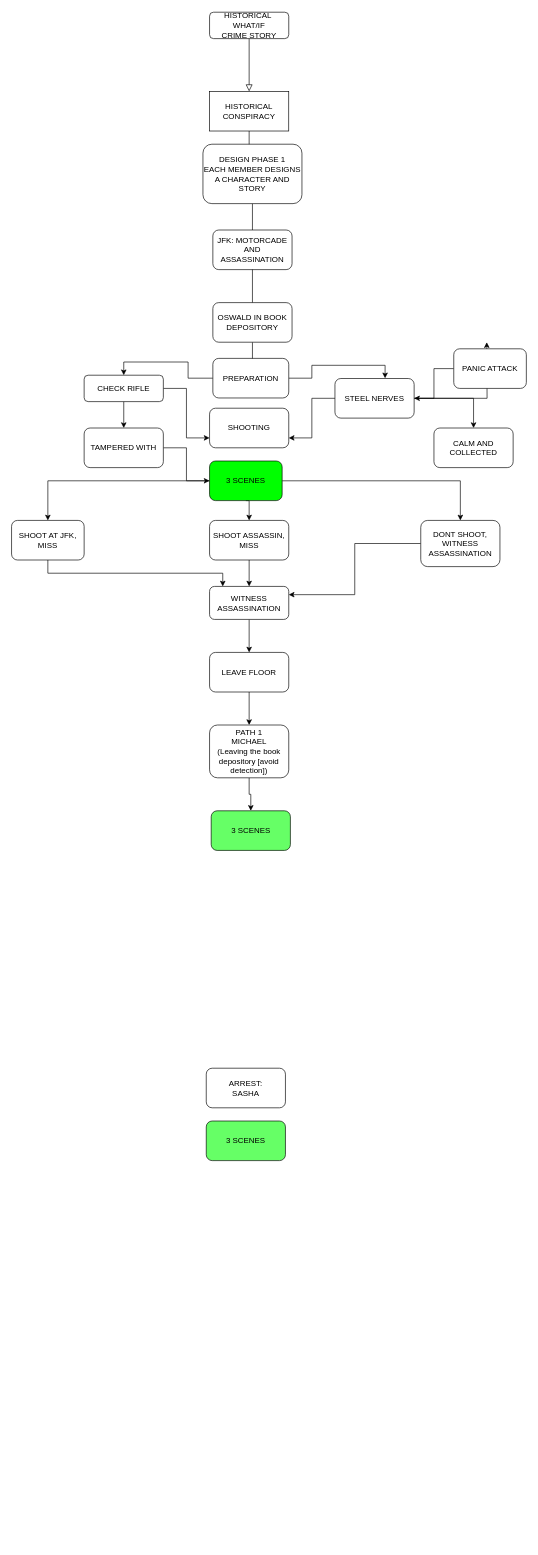
The draw.io diagram Untitled Diagram.drawio in bottack/CN-text-game, before the edit. Source tidied: cells renumbered, new cells numbered last; positions are measured from the earlier drawing's top-left corner, leaving out a move shared by most shapes. Both pictures are drawn from the tidied source at 66%, with x=0, y=0 at pixel (11, 12).
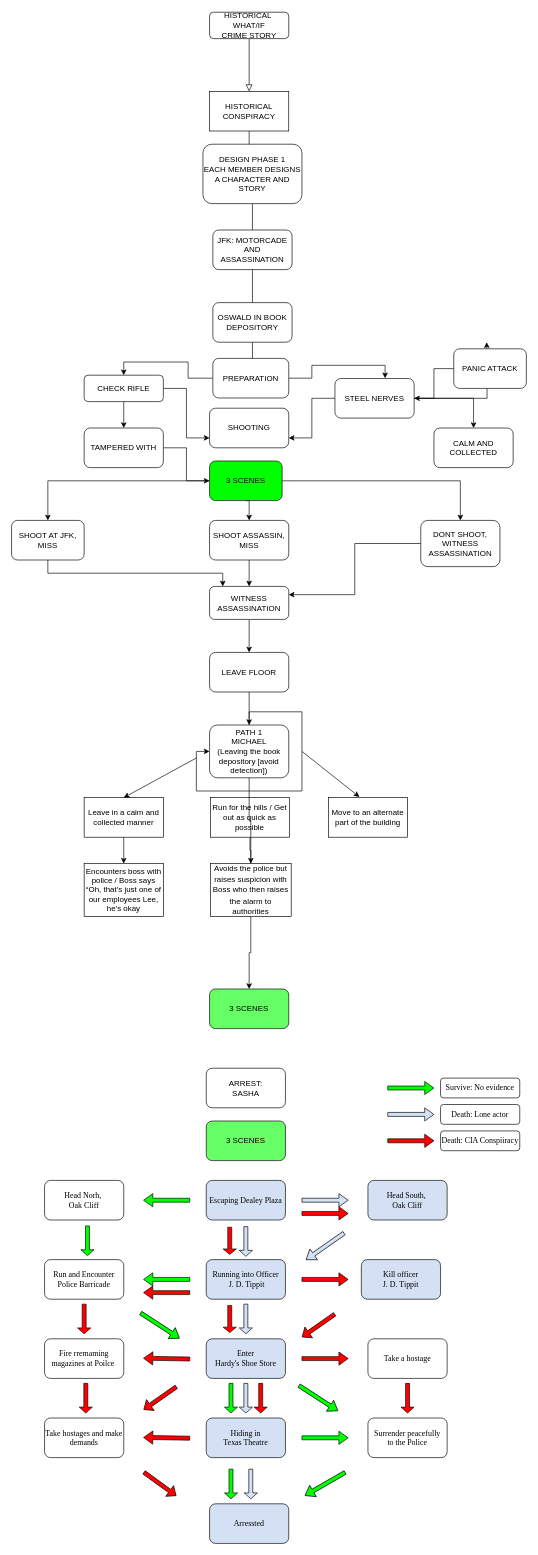
The same page after the edit.

The change refers to these unchanged cells:
```xml
<mxCell id="14" value="PATH 1&lt;br&gt;MICHAEL &lt;br&gt;(Leaving the book depository [avoid detection])" style="rounded=1;whiteSpace=wrap;html=1;" parent="1" vertex="1">
  <mxGeometry x="300" y="1080" width="120" height="80" as="geometry" />
</mxCell>
```

Change to the diagram source:
```diff
@@
-    <mxCell id="13" style="edgeStyle=orthogonalEdgeStyle;rounded=0;jettySize=auto;html=1;" parent="1" edge="1" source="14" target="22">
+    <mxCell id="13" style="edgeStyle=orthogonalEdgeStyle;rounded=0;jettySize=auto;html=1;startArrow=none;" parent="1" edge="1" source="62" target="22">
       <mxGeometry relative="1" as="geometry" />
     </mxCell>
@@
     <mxCell id="22" value="3 SCENES" style="rounded=1;whiteSpace=wrap;html=1;fillColor=#66FF66;" parent="1" vertex="1">
-      <mxGeometry x="302.5" y="1210" width="120" height="60" as="geometry" />
+      <mxGeometry x="300" y="1480" width="120" height="60" as="geometry" />
     </mxCell>
@@
+    <mxCell id="48" value="Leave in a calm and collected manner" style="rounded=0;whiteSpace=wrap;html=1;" parent="1" vertex="1">
+      <mxGeometry x="110" y="1190" width="120" height="60" as="geometry" />
+    </mxCell>
+    <mxCell id="49" style="edgeStyle=orthogonalEdgeStyle;rounded=0;jettySize=auto;html=1;" parent="1" edge="1" source="50" target="62">
+      <mxGeometry relative="1" as="geometry" />
+    </mxCell>
+    <mxCell id="50" value="Run for the hills / Get out as quick as possible" style="rounded=0;whiteSpace=wrap;html=1;" parent="1" vertex="1">
+      <mxGeometry x="301.2" y="1190" width="120" height="60" as="geometry" />
+    </mxCell>
+    <mxCell id="51" value="Move to an alternate part of the building" style="rounded=0;whiteSpace=wrap;html=1;" parent="1" vertex="1">
+      <mxGeometry x="480" y="1190" width="120" height="60" as="geometry" />
+    </mxCell>
+    <mxCell id="52" value="&lt;font style=&quot;font-size: 12px&quot;&gt;&lt;b style=&quot;font-weight: normal&quot; id=&quot;docs-internal-guid-0d5b35a1-7fff-3c9c-e972-940c676d5d1a&quot;&gt;&lt;span style=&quot;font-family: &amp;#34;arial&amp;#34; ; color: rgb(0 , 0 , 0) ; background-color: transparent ; font-weight: 400 ; font-style: normal ; font-variant: normal ; text-decoration: none ; vertical-align: baseline&quot;&gt;Encounters boss with police / Boss says “Oh, that’s just one of our employees Lee, he’s okay&lt;/span&gt;&lt;/b&gt;&lt;br&gt;&lt;/font&gt;" style="rounded=0;whiteSpace=wrap;html=1;" parent="1" vertex="1">
+      <mxGeometry x="110" y="1290" width="120" height="80" as="geometry" />
+    </mxCell>
+    <mxCell id="53" value="Escaping Dealey Plaza" style="rounded=1;whiteSpace=wrap;html=1;fontFamily=Times New Roman;fillColor=#D4E1F5;" parent="1" vertex="1">
+      <mxGeometry x="295" y="1770" width="120" height="60" as="geometry" />
+    </mxCell>
+    <mxCell id="54" style="endArrow=classic;html=1;" parent="1" edge="1">
+      <mxGeometry relative="1" as="geometry">
+        <mxPoint x="280" y="1130" as="sourcePoint" />
+        <mxPoint x="170" y="1190" as="targetPoint" />
+      </mxGeometry>
+    </mxCell>
+    <mxCell id="55" value="Running into Officer &lt;br&gt;&amp;nbsp;J. D. Tippit" style="rounded=1;whiteSpace=wrap;html=1;fontFamily=Times New Roman;labelBorderColor=none;fillColor=#D4E1F5;" parent="1" vertex="1">
+      <mxGeometry x="295" y="1890" width="120" height="60" as="geometry" />
+    </mxCell>
+    <mxCell id="56" style="endArrow=classic;html=1;entryX=0.392;entryY=-0.017;entryDx=0;entryDy=0;entryPerimeter=0;" parent="1" edge="1" target="51">
+      <mxGeometry relative="1" as="geometry">
+        <mxPoint x="440" y="1120" as="sourcePoint" />
+      </mxGeometry>
+    </mxCell>
+    <mxCell id="57" value="Head South,&amp;nbsp;&lt;br&gt;Oak Cliff" style="rounded=1;whiteSpace=wrap;html=1;fontFamily=Times New Roman;fillColor=#D4E1F5;" parent="1" vertex="1">
+      <mxGeometry x="540" y="1770" width="120" height="60" as="geometry" />
+    </mxCell>
+    <mxCell id="58" style="endArrow=classic;html=1;exitX=0.5;exitY=1;exitDx=0;exitDy=0;" parent="1" edge="1" source="48" target="52">
+      <mxGeometry relative="1" as="geometry" />
+    </mxCell>
+    <mxCell id="59" value="Head Norh,&amp;nbsp;&lt;br&gt;Oak Cliff" style="rounded=1;whiteSpace=wrap;html=1;fontFamily=Times New Roman;" parent="1" vertex="1">
+      <mxGeometry x="50" y="1770" width="120" height="60" as="geometry" />
+    </mxCell>
+    <mxCell id="60" style="edgeStyle=orthogonalEdgeStyle;rounded=0;orthogonalLoop=1;jettySize=auto;html=1;entryX=0;entryY=0.5;entryDx=0;entryDy=0;" parent="1" edge="1" source="14" target="14">
+      <mxGeometry relative="1" as="geometry" />
+    </mxCell>
+    <mxCell id="61" value="Kill officer &lt;br&gt;J. D. Tippit" style="rounded=1;whiteSpace=wrap;html=1;fontFamily=Times New Roman;fillColor=#D4E1F5;" parent="1" vertex="1">
+      <mxGeometry x="530" y="1890" width="120" height="60" as="geometry" />
+    </mxCell>
+    <mxCell id="62" value="&lt;br&gt;&lt;br&gt;&lt;b style=&quot;font-weight: normal&quot; id=&quot;docs-internal-guid-cddb31db-7fff-5d44-6d3c-6f6b44e59d40&quot;&gt;&lt;p dir=&quot;ltr&quot; style=&quot;line-height: 1.38 ; margin-top: 0pt ; margin-bottom: 0pt&quot;&gt;&lt;span style=&quot;font-family: &amp;#34;arial&amp;#34; ; color: rgb(0 , 0 , 0) ; background-color: transparent ; font-weight: 400 ; font-style: normal ; font-variant: normal ; text-decoration: none ; vertical-align: baseline&quot;&gt;&lt;font style=&quot;font-size: 12px&quot;&gt;Avoids the police but raises suspicion with Boss who then raises the alarm to authorities&lt;/font&gt;&lt;/span&gt;&lt;/p&gt;&lt;/b&gt;&lt;br class=&quot;Apple-interchange-newline&quot;&gt;&lt;br&gt;" style="rounded=0;whiteSpace=wrap;html=1;" parent="1" vertex="1">
+      <mxGeometry x="301.2" y="1290" width="122.5" height="80" as="geometry" />
+    </mxCell>
+    <mxCell id="63" value="Run and Encounter Police Barricade" style="rounded=1;whiteSpace=wrap;html=1;fontFamily=Times New Roman;" parent="1" vertex="1">
+      <mxGeometry x="50" y="1890" width="120" height="60" as="geometry" />
+    </mxCell>
+    <mxCell id="64" style="edgeStyle=orthogonalEdgeStyle;rounded=0;jettySize=auto;html=1;endArrow=none;" parent="1" edge="1" source="14" target="62">
+      <mxGeometry relative="1" as="geometry" />
+    </mxCell>
+    <mxCell id="65" value="Hiding in &lt;br&gt;Texas Theatre" style="rounded=1;whiteSpace=wrap;html=1;fontFamily=Times New Roman;fillColor=#D4E1F5;" parent="1" vertex="1">
+      <mxGeometry x="295" y="2130" width="120" height="60" as="geometry" />
+    </mxCell>
+    <mxCell id="66" value="Enter&lt;br&gt;Hardy's Shoe Store" style="rounded=1;whiteSpace=wrap;html=1;fontFamily=Times New Roman;fillColor=#D4E1F5;" parent="1" vertex="1">
+      <mxGeometry x="295" y="2010" width="120" height="60" as="geometry" />
+    </mxCell>
+    <mxCell id="67" value="Take a hostage" style="rounded=1;whiteSpace=wrap;html=1;fontFamily=Times New Roman;" parent="1" vertex="1">
+      <mxGeometry x="540" y="2010" width="120" height="60" as="geometry" />
+    </mxCell>
+    <mxCell id="68" value="Fire rremaming &lt;br&gt;magazines at Poilce&amp;nbsp;" style="rounded=1;whiteSpace=wrap;html=1;fontFamily=Times New Roman;" parent="1" vertex="1">
+      <mxGeometry x="50" y="2010" width="120" height="60" as="geometry" />
+    </mxCell>
+    <mxCell id="69" value="Arressted" style="rounded=1;whiteSpace=wrap;html=1;fontFamily=Times New Roman;fillColor=#D4E1F5;" parent="1" vertex="1">
+      <mxGeometry x="300" y="2260" width="120" height="60" as="geometry" />
+    </mxCell>
+    <mxCell id="70" value="Surrender peacefully&lt;br&gt;to the Police" style="rounded=1;whiteSpace=wrap;html=1;fontFamily=Times New Roman;" parent="1" vertex="1">
+      <mxGeometry x="540" y="2130" width="120" height="60" as="geometry" />
+    </mxCell>
+    <mxCell id="71" value="Take hostages and make demands" style="rounded=1;whiteSpace=wrap;html=1;fontFamily=Times New Roman;" parent="1" vertex="1">
+      <mxGeometry x="50" y="2130" width="120" height="60" as="geometry" />
+    </mxCell>
+    <mxCell id="72" style="shape=singleArrow;whiteSpace=wrap;html=1;fontFamily=Times New Roman;fillColor=#D4E1F5;" parent="1" vertex="1">
+      <mxGeometry x="440" y="1790" width="70" height="20" as="geometry" />
+    </mxCell>
+    <mxCell id="73" style="shape=singleArrow;whiteSpace=wrap;html=1;fontFamily=Times New Roman;fillColor=#D4E1F5;rotation=-215;" parent="1" vertex="1">
+      <mxGeometry x="440" y="1860" width="70" height="20" as="geometry" />
+    </mxCell>
+    <mxCell id="74" style="shape=singleArrow;whiteSpace=wrap;html=1;fontFamily=Times New Roman;fillColor=#D4E1F5;rotation=90;" parent="1" vertex="1">
+      <mxGeometry x="332.5" y="1852.5" width="45" height="20" as="geometry" />
+    </mxCell>
+    <mxCell id="75" style="shape=singleArrow;whiteSpace=wrap;html=1;fontFamily=Times New Roman;fillColor=#D4E1F5;rotation=90;" parent="1" vertex="1">
+      <mxGeometry x="332.5" y="1970" width="45" height="20" as="geometry" />
+    </mxCell>
+    <mxCell id="76" style="shape=singleArrow;whiteSpace=wrap;html=1;fontFamily=Times New Roman;fillColor=#D4E1F5;rotation=90;" parent="1" vertex="1">
+      <mxGeometry x="332.5" y="2090" width="45" height="20" as="geometry" />
+    </mxCell>
+    <mxCell id="77" style="shape=singleArrow;whiteSpace=wrap;html=1;fontFamily=Times New Roman;fillColor=#D4E1F5;rotation=90;" parent="1" vertex="1">
+      <mxGeometry x="340" y="2220" width="45" height="20" as="geometry" />
+    </mxCell>
+    <mxCell id="78" style="shape=singleArrow;whiteSpace=wrap;html=1;fontFamily=Times New Roman;fillColor=#FF0000;rotation=-179;" parent="1" vertex="1">
+      <mxGeometry x="200" y="2030" width="70" height="20" as="geometry" />
+    </mxCell>
+    <mxCell id="79" style="shape=singleArrow;whiteSpace=wrap;html=1;fontFamily=Times New Roman;fillColor=#FF0000;rotation=90;" parent="1" vertex="1">
+      <mxGeometry x="90" y="2090" width="45" height="20" as="geometry" />
+    </mxCell>
+    <mxCell id="80" style="shape=singleArrow;whiteSpace=wrap;html=1;fontFamily=Times New Roman;fillColor=#FF0000;" parent="1" vertex="1">
+      <mxGeometry x="440" y="2030" width="70" height="20" as="geometry" />
+    </mxCell>
+    <mxCell id="81" style="shape=singleArrow;whiteSpace=wrap;html=1;fontFamily=Times New Roman;fillColor=#FF0000;" parent="1" vertex="1">
+      <mxGeometry x="570" y="1700" width="70" height="20" as="geometry" />
+    </mxCell>
+    <mxCell id="82" style="shape=singleArrow;whiteSpace=wrap;html=1;fontFamily=Times New Roman;fillColor=#00FF00;" parent="1" vertex="1">
+      <mxGeometry x="570" y="1620" width="70" height="20" as="geometry" />
+    </mxCell>
+    <mxCell id="83" style="shape=singleArrow;whiteSpace=wrap;html=1;fontFamily=Times New Roman;fillColor=#D4E1F5;" parent="1" vertex="1">
+      <mxGeometry x="570" y="1660" width="70" height="20" as="geometry" />
+    </mxCell>
+    <mxCell id="84" value="Survive: No evidence" style="rounded=1;whiteSpace=wrap;html=1;fontFamily=Times New Roman;fillColor=none;" parent="1" vertex="1">
+      <mxGeometry x="650" y="1615" width="120" height="30" as="geometry" />
+    </mxCell>
+    <mxCell id="85" value="Death: Lone actor" style="rounded=1;whiteSpace=wrap;html=1;fontFamily=Times New Roman;fillColor=none;" parent="1" vertex="1">
+      <mxGeometry x="650" y="1655" width="120" height="30" as="geometry" />
+    </mxCell>
+    <mxCell id="86" value="Death: CIA Conspiiracy" style="rounded=1;whiteSpace=wrap;html=1;fontFamily=Times New Roman;fillColor=none;" parent="1" vertex="1">
+      <mxGeometry x="650" y="1695" width="120" height="30" as="geometry" />
+    </mxCell>
+    <mxCell id="87" style="shape=singleArrow;whiteSpace=wrap;html=1;fontFamily=Times New Roman;fillColor=#00FF00;rotation=-180;" parent="1" vertex="1">
+      <mxGeometry x="200" y="1790" width="70" height="20" as="geometry" />
+    </mxCell>
+    <mxCell id="88" style="shape=singleArrow;whiteSpace=wrap;html=1;fontFamily=Times New Roman;fillColor=#00FF00;rotation=90;" parent="1" vertex="1">
+      <mxGeometry x="92.5" y="1851.5" width="45" height="20" as="geometry" />
+    </mxCell>
+    <mxCell id="89" style="shape=singleArrow;whiteSpace=wrap;html=1;fontFamily=Times New Roman;fillColor=#00FF00;rotation=-180;" parent="1" vertex="1">
+      <mxGeometry x="200" y="1910" width="70" height="20" as="geometry" />
+    </mxCell>
+    <mxCell id="90" style="shape=singleArrow;whiteSpace=wrap;html=1;fontFamily=Times New Roman;fillColor=#00FF00;rotation=0;" parent="1" vertex="1">
+      <mxGeometry x="440" y="2150" width="70" height="20" as="geometry" />
+    </mxCell>
+    <mxCell id="91" style="shape=singleArrow;whiteSpace=wrap;html=1;fontFamily=Times New Roman;fillColor=#00FF00;rotation=33;" parent="1" vertex="1">
+      <mxGeometry x="190" y="1980" width="70" height="20" as="geometry" />
+    </mxCell>
+    <mxCell id="92" style="shape=singleArrow;whiteSpace=wrap;html=1;fontFamily=Times New Roman;fillColor=#00FF00;rotation=33;" parent="1" vertex="1">
+      <mxGeometry x="430" y="2090" width="70" height="20" as="geometry" />
+    </mxCell>
+    <mxCell id="93" style="shape=singleArrow;whiteSpace=wrap;html=1;fontFamily=Times New Roman;fillColor=#00FF00;rotation=-210;" parent="1" vertex="1">
+      <mxGeometry x="440" y="2220" width="70" height="20" as="geometry" />
+    </mxCell>
+    <mxCell id="94" style="shape=singleArrow;whiteSpace=wrap;html=1;fontFamily=Times New Roman;fillColor=#00FF00;rotation=90;" parent="1" vertex="1">
+      <mxGeometry x="310" y="2090" width="45" height="20" as="geometry" />
+    </mxCell>
+    <mxCell id="95" style="shape=singleArrow;whiteSpace=wrap;html=1;fontFamily=Times New Roman;fillColor=#00FF00;rotation=90;" parent="1" vertex="1">
+      <mxGeometry x="310" y="2220" width="45" height="20" as="geometry" />
+    </mxCell>
+    <mxCell id="96" style="shape=singleArrow;whiteSpace=wrap;html=1;fontFamily=Times New Roman;fillColor=#FF0000;" parent="1" vertex="1">
+      <mxGeometry x="440" y="1810" width="70" height="20" as="geometry" />
+    </mxCell>
+    <mxCell id="97" style="shape=singleArrow;whiteSpace=wrap;html=1;fontFamily=Times New Roman;fillColor=#FF0000;" parent="1" vertex="1">
+      <mxGeometry x="440" y="1910" width="70" height="20" as="geometry" />
+    </mxCell>
+    <mxCell id="98" style="shape=singleArrow;whiteSpace=wrap;html=1;fontFamily=Times New Roman;fillColor=#FF0000;rotation=90;" parent="1" vertex="1">
+      <mxGeometry x="310" y="1851.5" width="41.2" height="20" as="geometry" />
+    </mxCell>
+    <mxCell id="99" style="shape=singleArrow;whiteSpace=wrap;html=1;fontFamily=Times New Roman;fillColor=#FF0000;rotation=90;" parent="1" vertex="1">
+      <mxGeometry x="310" y="1970" width="41.2" height="20" as="geometry" />
+    </mxCell>
+    <mxCell id="100" style="shape=singleArrow;whiteSpace=wrap;html=1;fontFamily=Times New Roman;fillColor=#FF0000;rotation=-215;" parent="1" vertex="1">
+      <mxGeometry x="435" y="1980" width="60" height="20" as="geometry" />
+    </mxCell>
+    <mxCell id="101" style="shape=singleArrow;whiteSpace=wrap;html=1;fontFamily=Times New Roman;fillColor=#FF0000;rotation=-215;" parent="1" vertex="1">
+      <mxGeometry x="195" y="2090" width="60" height="20" as="geometry" />
+    </mxCell>
+    <mxCell id="102" style="shape=singleArrow;whiteSpace=wrap;html=1;fontFamily=Times New Roman;fillColor=#FF0000;rotation=36;" parent="1" vertex="1">
+      <mxGeometry x="195" y="2220" width="60" height="20" as="geometry" />
+    </mxCell>
+    <mxCell id="103" style="shape=singleArrow;whiteSpace=wrap;html=1;fontFamily=Times New Roman;fillColor=#FF0000;rotation=90;" parent="1" vertex="1">
+      <mxGeometry x="577.5" y="2090" width="45" height="20" as="geometry" />
+    </mxCell>
+    <mxCell id="104" style="shape=singleArrow;whiteSpace=wrap;html=1;fontFamily=Times New Roman;fillColor=#FF0000;rotation=90;" parent="1" vertex="1">
+      <mxGeometry x="355" y="2090" width="45" height="20" as="geometry" />
+    </mxCell>
+    <mxCell id="105" style="shape=singleArrow;whiteSpace=wrap;html=1;fontFamily=Times New Roman;fillColor=#FF0000;rotation=-179;" parent="1" vertex="1">
+      <mxGeometry x="200" y="2150" width="70" height="20" as="geometry" />
+    </mxCell>
+    <mxCell id="106" style="shape=singleArrow;whiteSpace=wrap;html=1;fontFamily=Times New Roman;fillColor=#FF0000;rotation=90;" parent="1" vertex="1">
+      <mxGeometry x="87.5" y="1970" width="45" height="20" as="geometry" />
+    </mxCell>
+    <mxCell id="107" style="shape=singleArrow;whiteSpace=wrap;html=1;fontFamily=Times New Roman;fillColor=#FF0000;rotation=-180;" parent="1" vertex="1">
+      <mxGeometry x="200" y="1930" width="70" height="20" as="geometry" />
+    </mxCell>
```
